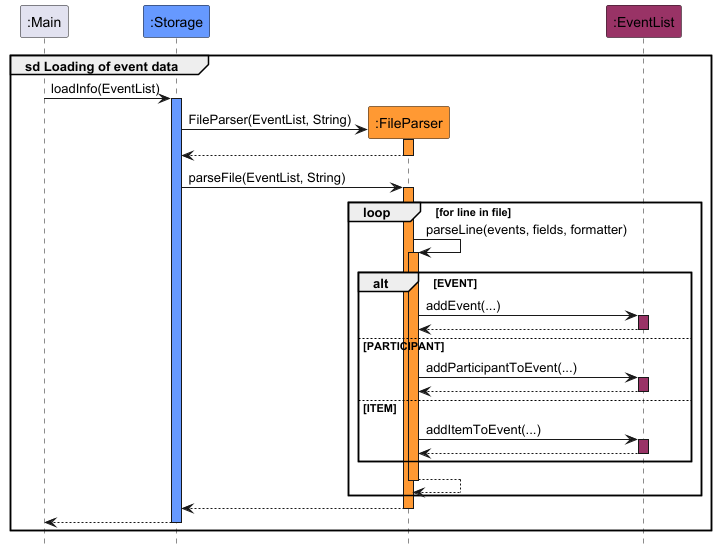
Before: docs/images/StorageLoadingSequenceDiagram.png, a diagram exported from PlantUML (nus-cs2113-AY2425S1/tp).
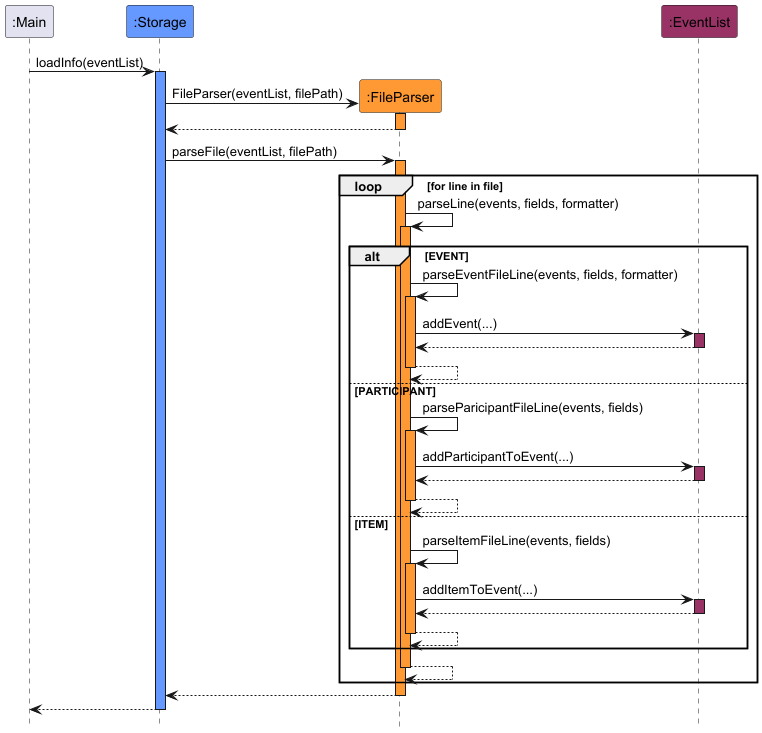
After the change.

Commit message:
Edit sequence diagrams

What changed in the source:
```diff
@@ -7,16 +7,15 @@
 Participant ":FileParser" as parser PARSER_COLOUR
 Participant ":EventList" as events EVENT_COLOUR
 
-group sd Loading of event data
-main -> storage : loadInfo(EventList)
+main -> storage : loadInfo(eventList)
 activate storage STORAGE_COLOUR
 
 create parser
-storage -> parser : FileParser(EventList, String)
+storage -> parser : FileParser(eventList, filePath)
 activate parser PARSER_COLOUR
 return
 
-storage -> parser : parseFile(EventList, String)
+storage -> parser : parseFile(eventList, filePath)
 activate parser PARSER_COLOUR
 
 loop for line in file
@@ -26,16 +25,25 @@
     activate parser PARSER_COLOUR
 
     alt EVENT
+        parser -> parser : parseEventFileLine(events, fields, formatter)
+        activate parser PARSER_COLOUR
         parser -> events : addEvent(...)
         activate events EVENT_COLOUR
         return
+        return
     else PARTICIPANT
+        parser -> parser : parseParicipantFileLine(events, fields)
+        activate parser PARSER_COLOUR
         parser -> events : addParticipantToEvent(...)
         activate events EVENT_COLOUR
         return
+        return
     else ITEM
+        parser -> parser : parseItemFileLine(events, fields)
+        activate parser PARSER_COLOUR
         parser -> events : addItemToEvent(...)
         activate events EVENT_COLOUR
+        return
         return
     end
     return
@@ -47,6 +55,6 @@
 deactivate parser
 storage --> main
 deactivate storage
-end
+
 
 @enduml
```
